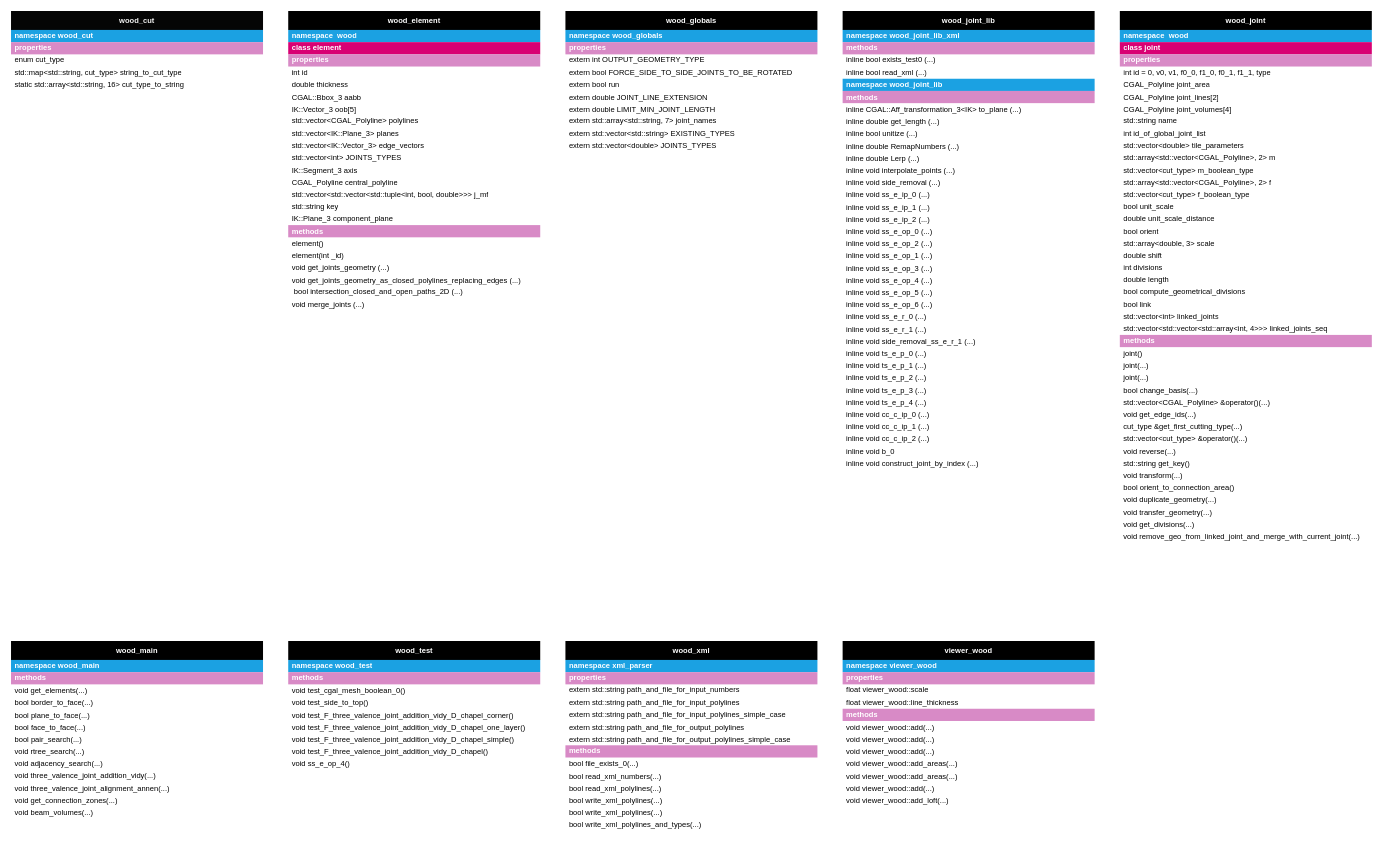
The draw.io diagram cmake/src/temp/structure/structure.drawio in petrasvestartas/wood_cpp, before the edit. Source tidied: cells renumbered, new cells numbered last; positions are measured from the earlier drawing's top-left corner, leaving out a move shared by most shapes. Both pictures are drawn from the tidied source at 63%, with x=0, y=0 at pixel (11, 11).
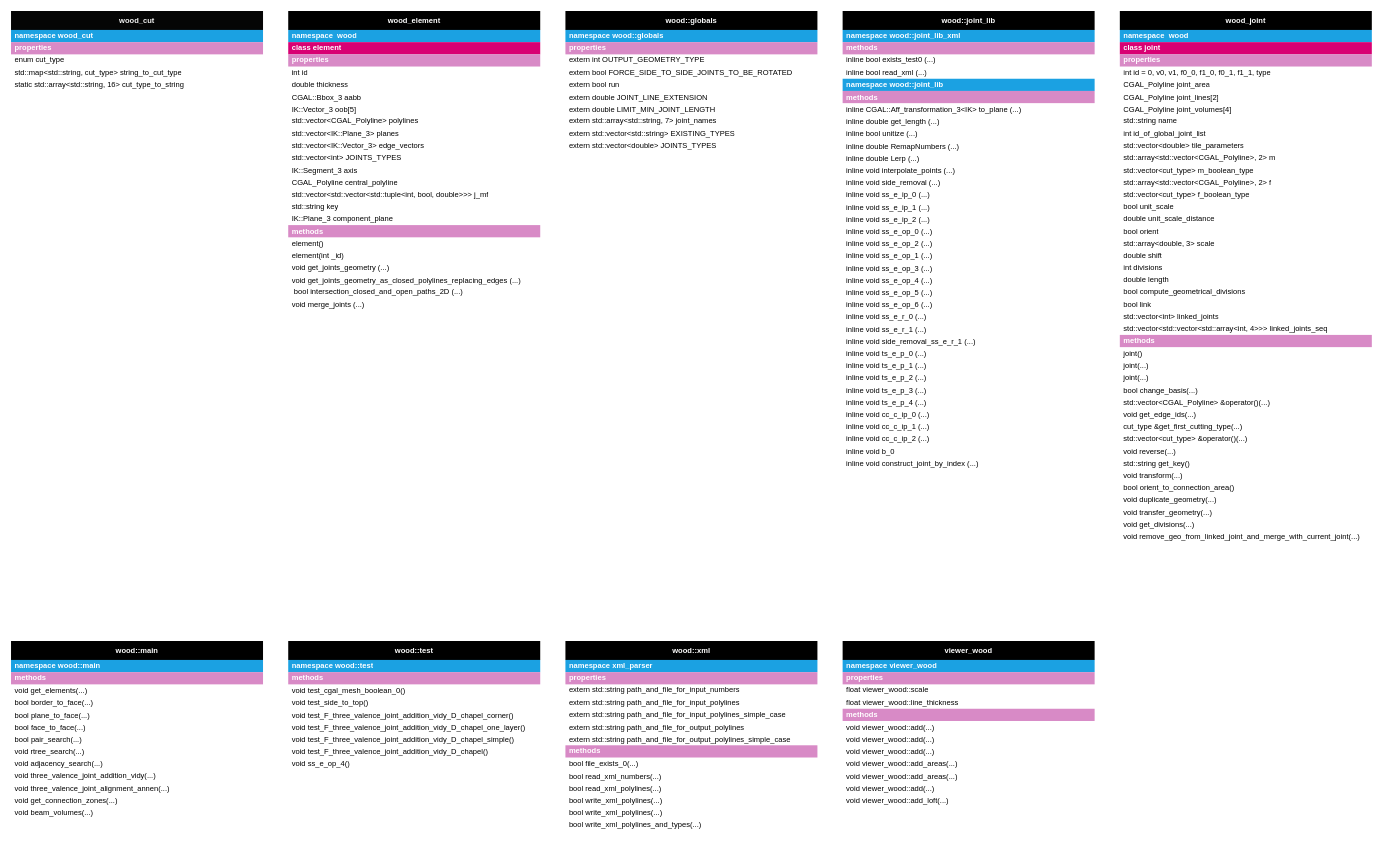
After the change.

Change to the diagram source:
```diff
@@
-    <mxCell id="32" value="wood_globals" style="swimlane;fontStyle=1;horizontal=1;startSize=30;swimlaneLine=1;rounded=0;shadow=0;sketch=0;glass=0;fontColor=#FFFFFF;fillColor=#000000;strokeColor=none;" parent="1" vertex="1">
+    <mxCell id="32" value="wood::globals" style="swimlane;fontStyle=1;horizontal=1;startSize=30;swimlaneLine=1;rounded=0;shadow=0;sketch=0;glass=0;fontColor=#FFFFFF;fillColor=#000000;strokeColor=none;" parent="1" vertex="1">
       <mxGeometry x="880" width="400" height="223.6" as="geometry" />
     </mxCell>
-    <mxCell id="33" value="namespace wood_globals" style="text;strokeColor=none;fillColor=#1ba1e2;align=left;verticalAlign=middle;spacingLeft=4;spacingRight=4;overflow=hidden;fontColor=#ffffff;whiteSpace=wrap;fontStyle=1;" parent="32" vertex="1">
+    <mxCell id="33" value="namespace wood::globals" style="text;strokeColor=none;fillColor=#1ba1e2;align=left;verticalAlign=middle;spacingLeft=4;spacingRight=4;overflow=hidden;fontColor=#ffffff;whiteSpace=wrap;fontStyle=1;" parent="32" vertex="1">
       <mxGeometry y="30" width="400" height="19.4" as="geometry" />
     </mxCell>
@@
-    <mxCell id="43" value="wood_joint_lib" style="swimlane;fontStyle=1;horizontal=1;startSize=30;swimlaneLine=1;rounded=0;shadow=0;sketch=0;glass=0;fontColor=#FFFFFF;fillColor=#000000;strokeColor=none;" parent="1" vertex="1">
+    <mxCell id="43" value="wood::joint_lib" style="swimlane;fontStyle=1;horizontal=1;startSize=30;swimlaneLine=1;rounded=0;shadow=0;sketch=0;glass=0;fontColor=#FFFFFF;fillColor=#000000;strokeColor=none;" parent="1" vertex="1">
       <mxGeometry x="1320" width="400" height="727.1" as="geometry" />
     </mxCell>
-    <mxCell id="44" value="namespace wood_joint_lib_xml" style="text;strokeColor=none;fillColor=#1ba1e2;align=left;verticalAlign=middle;spacingLeft=4;spacingRight=4;overflow=hidden;fontColor=#ffffff;whiteSpace=wrap;fontStyle=1;" parent="43" vertex="1">
+    <mxCell id="44" value="namespace wood::joint_lib_xml" style="text;strokeColor=none;fillColor=#1ba1e2;align=left;verticalAlign=middle;spacingLeft=4;spacingRight=4;overflow=hidden;fontColor=#ffffff;whiteSpace=wrap;fontStyle=1;" parent="43" vertex="1">
       <mxGeometry y="30" width="400" height="19.4" as="geometry" />
     </mxCell>
@@
-    <mxCell id="48" value="namespace wood_joint_lib" style="text;strokeColor=none;fillColor=#1ba1e2;align=left;verticalAlign=middle;spacingLeft=4;spacingRight=4;overflow=hidden;fontColor=#ffffff;whiteSpace=wrap;fontStyle=1;" parent="43" vertex="1">
+    <mxCell id="48" value="namespace wood::joint_lib" style="text;strokeColor=none;fillColor=#1ba1e2;align=left;verticalAlign=middle;spacingLeft=4;spacingRight=4;overflow=hidden;fontColor=#ffffff;whiteSpace=wrap;fontStyle=1;" parent="43" vertex="1">
       <mxGeometry y="107.5" width="400" height="19.4" as="geometry" />
     </mxCell>
@@
-    <mxCell id="123" value="wood_main" style="swimlane;fontStyle=1;horizontal=1;startSize=30;swimlaneLine=1;rounded=0;shadow=0;sketch=0;glass=0;fontColor=#FFFFFF;fillColor=#000000;strokeColor=none;" parent="1" vertex="1">
+    <mxCell id="123" value="wood::main" style="swimlane;fontStyle=1;horizontal=1;startSize=30;swimlaneLine=1;rounded=0;shadow=0;sketch=0;glass=0;fontColor=#FFFFFF;fillColor=#000000;strokeColor=none;" parent="1" vertex="1">
       <mxGeometry y="1000" width="400" height="281.7" as="geometry" />
     </mxCell>
-    <mxCell id="124" value="namespace wood_main" style="text;strokeColor=none;fillColor=#1ba1e2;align=left;verticalAlign=middle;spacingLeft=4;spacingRight=4;overflow=hidden;fontColor=#ffffff;whiteSpace=wrap;fontStyle=1;" parent="123" vertex="1">
+    <mxCell id="124" value="namespace wood::main" style="text;strokeColor=none;fillColor=#1ba1e2;align=left;verticalAlign=middle;spacingLeft=4;spacingRight=4;overflow=hidden;fontColor=#ffffff;whiteSpace=wrap;fontStyle=1;" parent="123" vertex="1">
       <mxGeometry y="30" width="400" height="19.4" as="geometry" />
     </mxCell>
@@
-    <mxCell id="137" value="wood_test" style="swimlane;fontStyle=1;horizontal=1;startSize=30;swimlaneLine=1;rounded=0;shadow=0;sketch=0;glass=0;fontColor=#FFFFFF;fillColor=#000000;strokeColor=none;" parent="1" vertex="1">
+    <mxCell id="137" value="wood::test" style="swimlane;fontStyle=1;horizontal=1;startSize=30;swimlaneLine=1;rounded=0;shadow=0;sketch=0;glass=0;fontColor=#FFFFFF;fillColor=#000000;strokeColor=none;" parent="1" vertex="1">
       <mxGeometry x="440" y="1000" width="400" height="204.3" as="geometry" />
     </mxCell>
-    <mxCell id="138" value="namespace wood_test" style="text;strokeColor=none;fillColor=#1ba1e2;align=left;verticalAlign=middle;spacingLeft=4;spacingRight=4;overflow=hidden;fontColor=#ffffff;whiteSpace=wrap;fontStyle=1;" parent="137" vertex="1">
+    <mxCell id="138" value="namespace wood::test" style="text;strokeColor=none;fillColor=#1ba1e2;align=left;verticalAlign=middle;spacingLeft=4;spacingRight=4;overflow=hidden;fontColor=#ffffff;whiteSpace=wrap;fontStyle=1;" parent="137" vertex="1">
       <mxGeometry y="30" width="400" height="19.4" as="geometry" />
     </mxCell>
@@
-    <mxCell id="147" value="wood_xml" style="swimlane;fontStyle=1;horizontal=1;startSize=30;swimlaneLine=1;rounded=0;shadow=0;sketch=0;glass=0;fontColor=#FFFFFF;fillColor=#000000;strokeColor=none;" parent="1" vertex="1">
+    <mxCell id="147" value="wood::xml" style="swimlane;fontStyle=1;horizontal=1;startSize=30;swimlaneLine=1;rounded=0;shadow=0;sketch=0;glass=0;fontColor=#FFFFFF;fillColor=#000000;strokeColor=none;" parent="1" vertex="1">
       <mxGeometry x="880" y="1000" width="400" height="301.1" as="geometry" />
     </mxCell>
```
